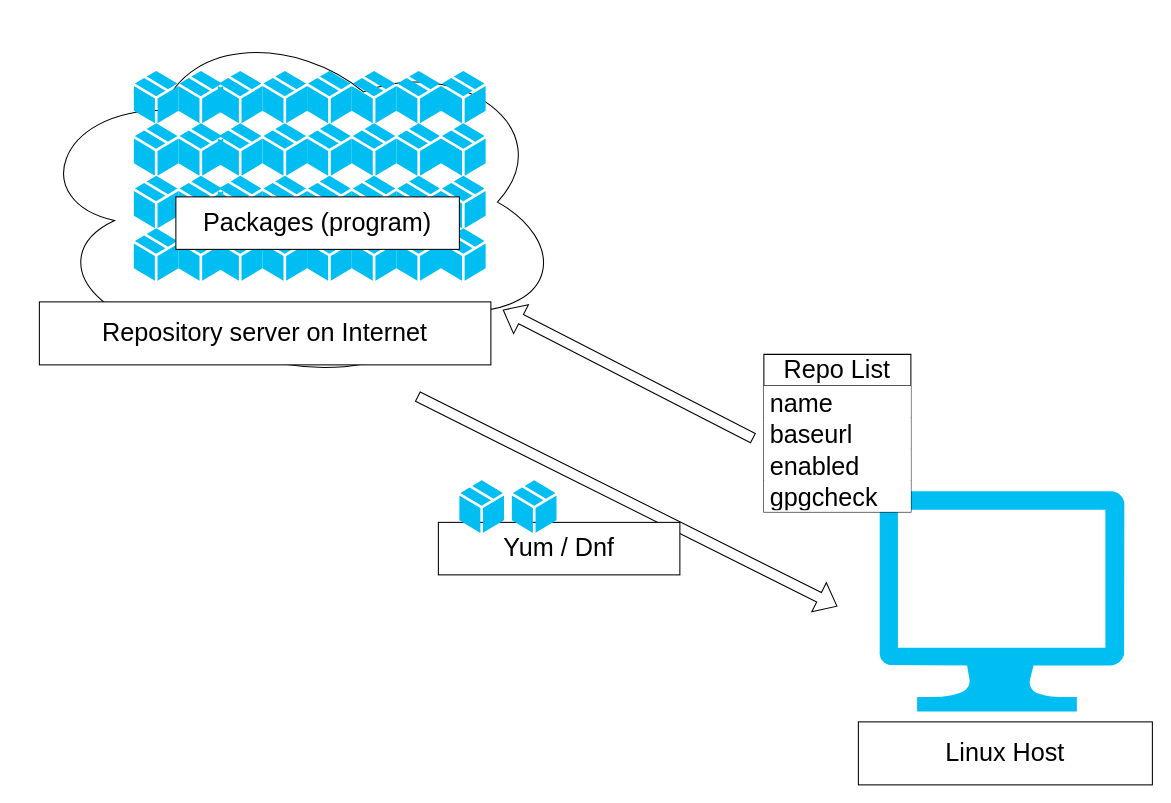
yokikim/Report-resource-linux keeps this draw.io diagram as repository_server.drawio. Above is the earlier version. Source tidied: cells renumbered, new cells numbered last; positions are measured from the earlier drawing's top-left corner, leaving out a move shared by most shapes. Both pictures are drawn from the tidied source at 105%, with x=0, y=0 at pixel (28, 18).
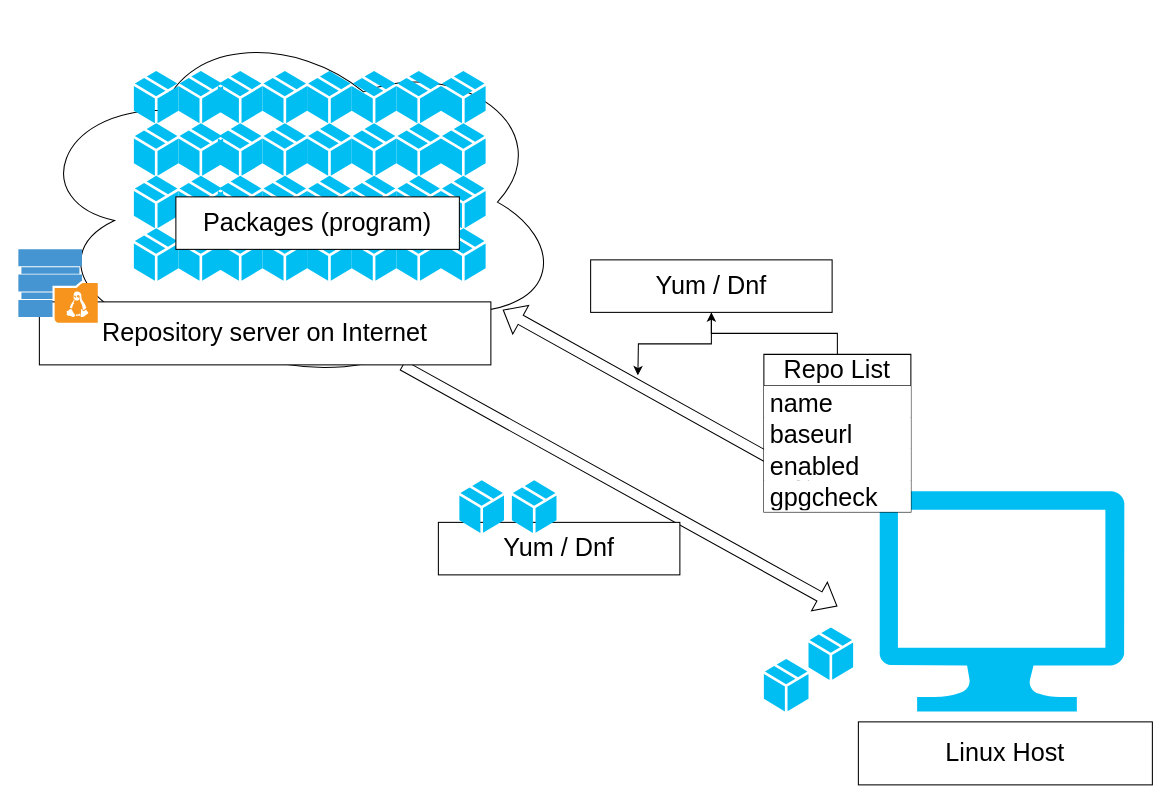
The same diagram, later.

Unchanged cells that the change refers to:
```xml
<mxCell id="2" style="ellipse;shape=cloud;whiteSpace=wrap;html=1;" parent="1" vertex="1">
  <mxGeometry width="510" height="350" as="geometry" />
</mxCell>
<mxCell id="44" value="Repo List" style="swimlane;fontStyle=0;horizontal=1;startSize=30;whiteSpace=wrap;html=1;strokeColor=default;fontSize=24;fillColor=default;swimlaneLine=1;glass=0;" parent="3" vertex="1">
  <mxGeometry x="700" y="320" width="140" height="150" as="geometry" />
</mxCell>
<mxCell id="48" value="gpgcheck" style="text;strokeColor=none;fillColor=default;align=left;verticalAlign=middle;spacingLeft=4;spacingRight=4;overflow=hidden;points=[[0,0.5],[1,0.5]];portConstraint=eastwest;whiteSpace=wrap;html=1;fontSize=24;" parent="44" vertex="1">
  <mxGeometry y="120" width="140" height="30" as="geometry" />
</mxCell>
<mxCell id="54" value="Repository server on Internet" style="rounded=0;whiteSpace=wrap;html=1;glass=0;strokeColor=default;fontSize=24;fillColor=default;" parent="3" vertex="1">
  <mxGeometry x="10" y="270" width="430" height="60" as="geometry" />
</mxCell>
```

Change to the diagram source:
```diff
@@
-    <mxCell id="42" style="shape=flexArrow;endArrow=classic;html=1;rounded=0;fontSize=24;entryX=0.885;entryY=0.793;entryDx=0;entryDy=0;entryPerimeter=0;fillColor=default;" parent="3" edge="1" target="2">
-      <mxGeometry relative="1" as="geometry">
-        <mxPoint x="690" y="400" as="sourcePoint" />
-      </mxGeometry>
+    <mxCell id="42" style="shape=flexArrow;endArrow=classic;html=1;rounded=0;fontSize=24;entryX=0.885;entryY=0.793;entryDx=0;entryDy=0;entryPerimeter=0;fillColor=default;" parent="3" edge="1" source="48" target="2">
+      <mxGeometry relative="1" as="geometry" />
     </mxCell>
@@
+    <mxCell id="55" style="edgeStyle=orthogonalEdgeStyle;rounded=0;jettySize=auto;html=1;" parent="3" edge="1" source="44" target="57">
+      <mxGeometry relative="1" as="geometry" />
+    </mxCell>
@@
-    <mxCell id="49" style="shape=flexArrow;endArrow=classic;html=1;rounded=0;fontSize=24;fillColor=default;" parent="3" edge="1">
+    <mxCell id="49" style="shape=flexArrow;endArrow=classic;html=1;rounded=0;fontSize=24;fillColor=default;exitX=0.804;exitY=1.005;exitDx=0;exitDy=0;exitPerimeter=0;" parent="3" edge="1" source="54">
       <mxGeometry relative="1" as="geometry">
-        <mxPoint x="370" y="360" as="sourcePoint" />
         <mxPoint x="770" y="560" as="targetPoint" />
       </mxGeometry>
     </mxCell>
@@
+    <mxCell id="56" style="edgeStyle=orthogonalEdgeStyle;rounded=0;jettySize=auto;html=1;" parent="3" edge="1" source="57">
+      <mxGeometry relative="1" as="geometry">
+        <mxPoint x="580" y="340" as="targetPoint" />
+      </mxGeometry>
+    </mxCell>
+    <mxCell id="57" value="Yum / Dnf" style="rounded=0;whiteSpace=wrap;html=1;glass=0;strokeColor=default;fontSize=24;fillColor=default;" parent="3" vertex="1">
+      <mxGeometry x="535" y="230" width="230" height="50" as="geometry" />
+    </mxCell>
+    <mxCell id="58" style="verticalLabelPosition=bottom;html=1;verticalAlign=top;align=center;strokeColor=none;fillColor=#00BEF2;shape=mxgraph.azure.cloud_service_package_file;" parent="3" vertex="1">
+      <mxGeometry x="700" y="610" width="42.5" height="50" as="geometry" />
+    </mxCell>
+    <mxCell id="59" style="verticalLabelPosition=bottom;html=1;verticalAlign=top;align=center;strokeColor=none;fillColor=#00BEF2;shape=mxgraph.azure.cloud_service_package_file;" parent="3" vertex="1">
+      <mxGeometry x="742.5" y="580" width="42.5" height="50" as="geometry" />
+    </mxCell>
+    <mxCell id="60" parent="0" />
+    <mxCell id="61" style="shadow=0;dashed=0;html=1;strokeColor=none;fillColor=#4495D1;labelPosition=center;verticalLabelPosition=bottom;verticalAlign=top;align=center;shape=mxgraph.veeam.linux_repository;" parent="60" vertex="1">
+      <mxGeometry x="-10" y="220" width="75.6" height="70" as="geometry" />
+    </mxCell>
```
